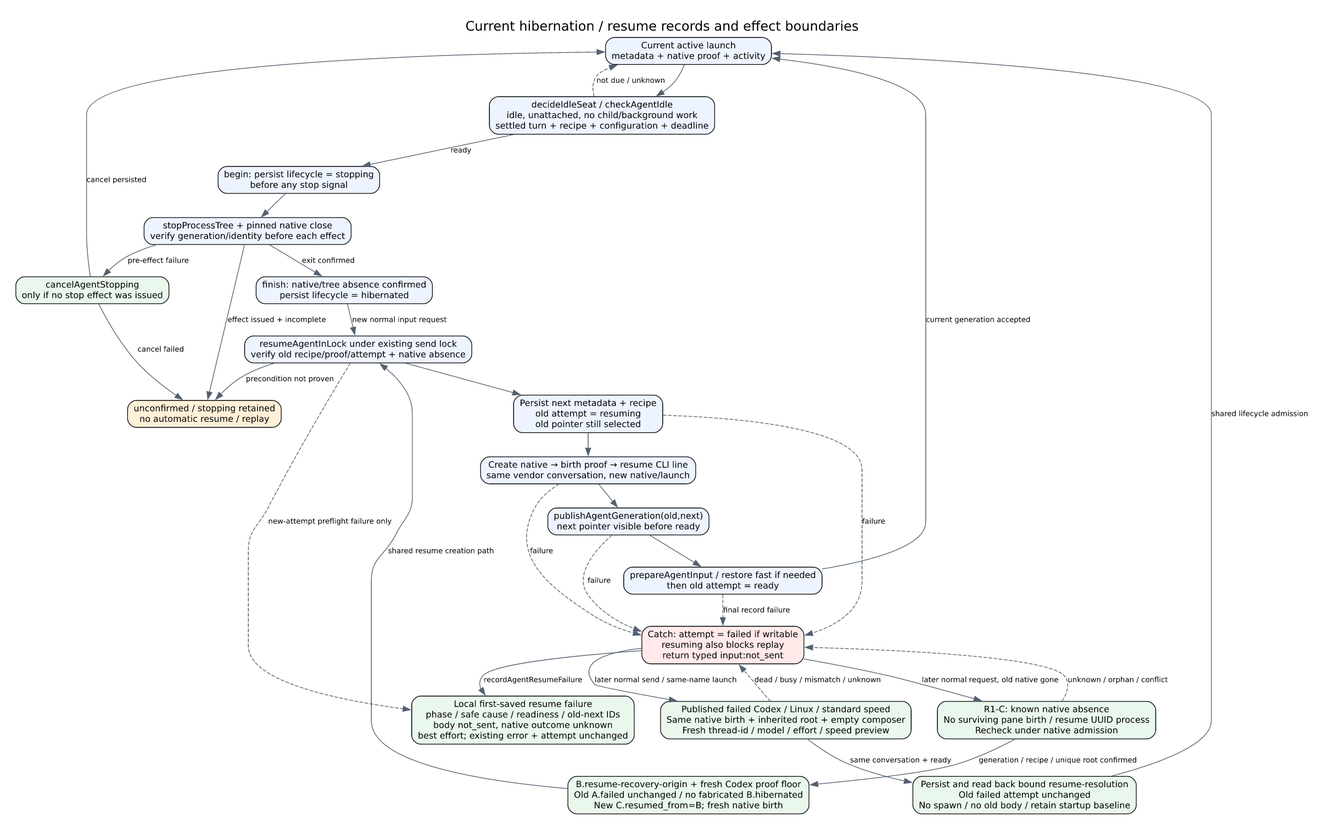
Before: docs/architecture/lifecycle-states.png, a diagram exported from Graphviz (kitepon/aiterm-mcp). Its source is kept beside it as docs/architecture/lifecycle-states.dot.
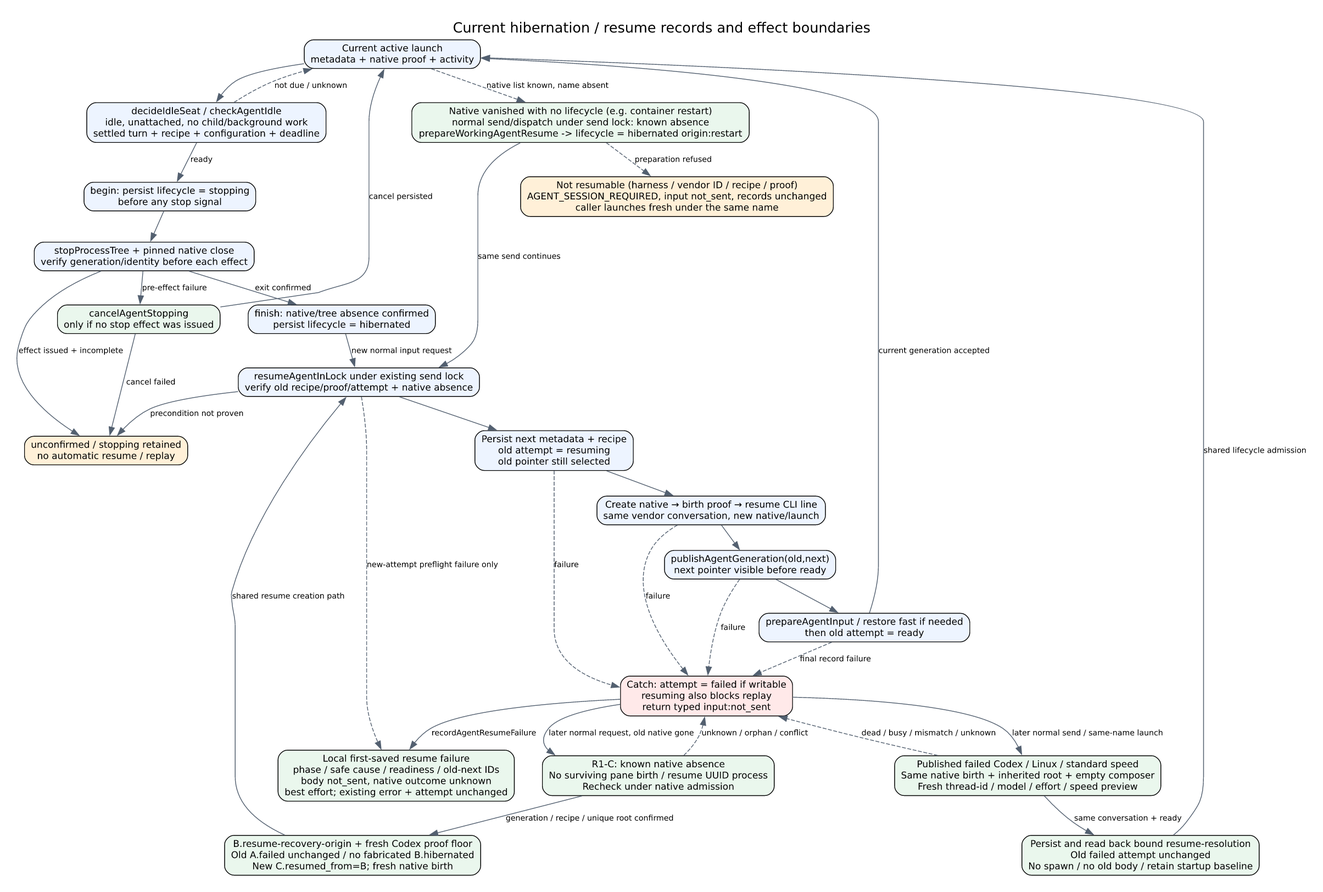
The same diagram one commit later.

Commit message:
Cold-resume seats whose native vanished instead of refusing every send

What changed in the source:
```diff
@@ -35,4 +35,9 @@
   failure_record [label="Local first-saved resume failure\nphase / safe cause / readiness / old-next IDs\nbody not_sent, native outcome unknown\nbest effort; existing error + attempt unchanged",fillcolor="#eaf7ed"];
   failed -> failure_record [label="recordAgentResumeFailure"];
   resume -> failure_record [label="new-attempt preflight failure only",style=dashed];
+  vanished [label="Native vanished with no lifecycle (e.g. container restart)\nnormal send/dispatch under send lock: known absence\nprepareWorkingAgentResume -> lifecycle = hibernated origin:restart",fillcolor="#eaf7ed"];
+  required [label="Not resumable (harness / vendor ID / recipe / proof)\nAGENT_SESSION_REQUIRED, input not_sent, records unchanged\ncaller launches fresh under the same name",fillcolor="#fff0d8"];
+  active -> vanished [label="native list known, name absent",style=dashed];
+  vanished -> resume [label="same send continues"];
+  vanished -> required [label="preparation refused",style=dashed];
 }
```
